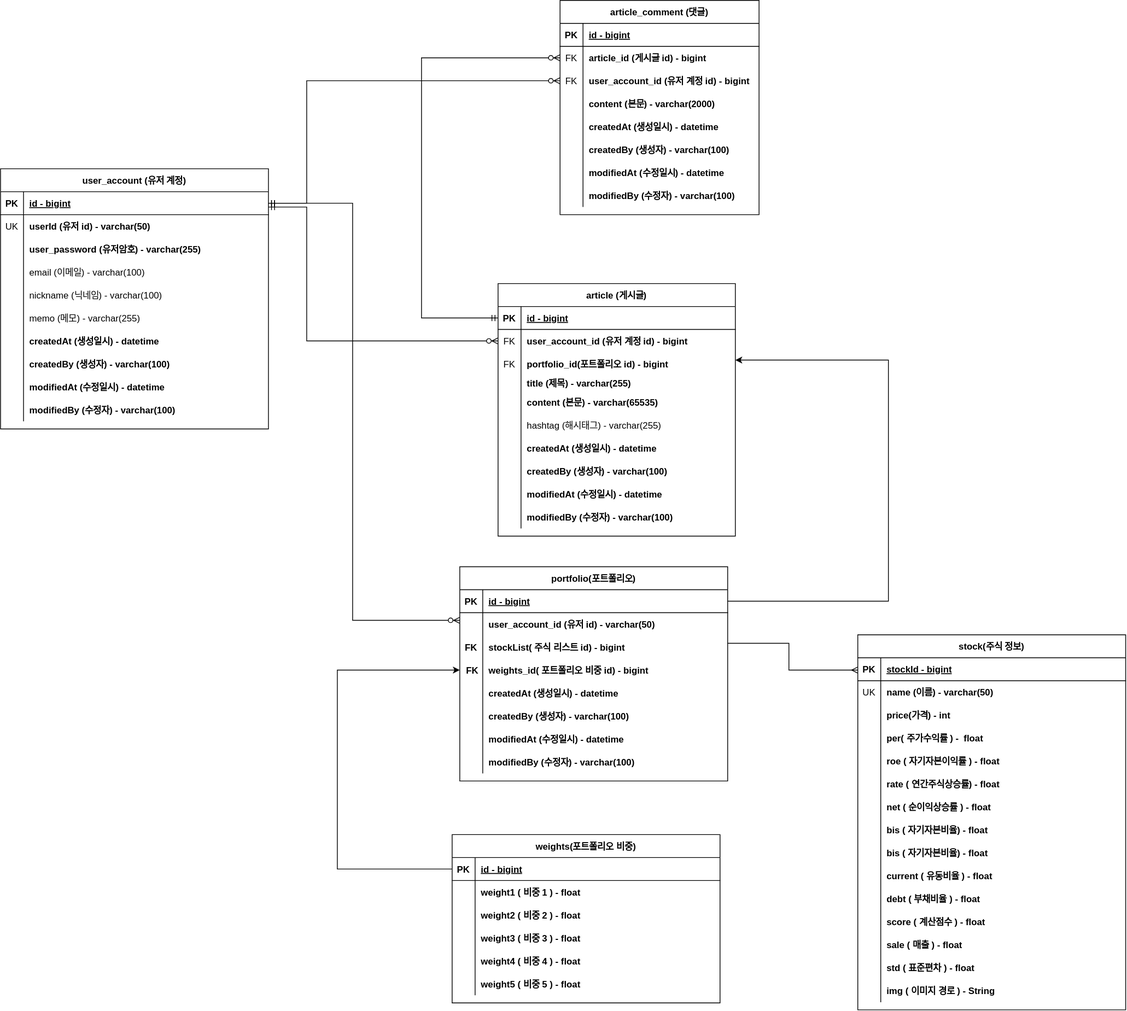
Before: document/jupoza-erd.svg, a diagram exported from draw.io (TeamJupoza/Jupoza). Source tidied: cells renumbered, new cells last; positions are measured from the earlier drawing's top-left corner, leaving out a move shared by most shapes.
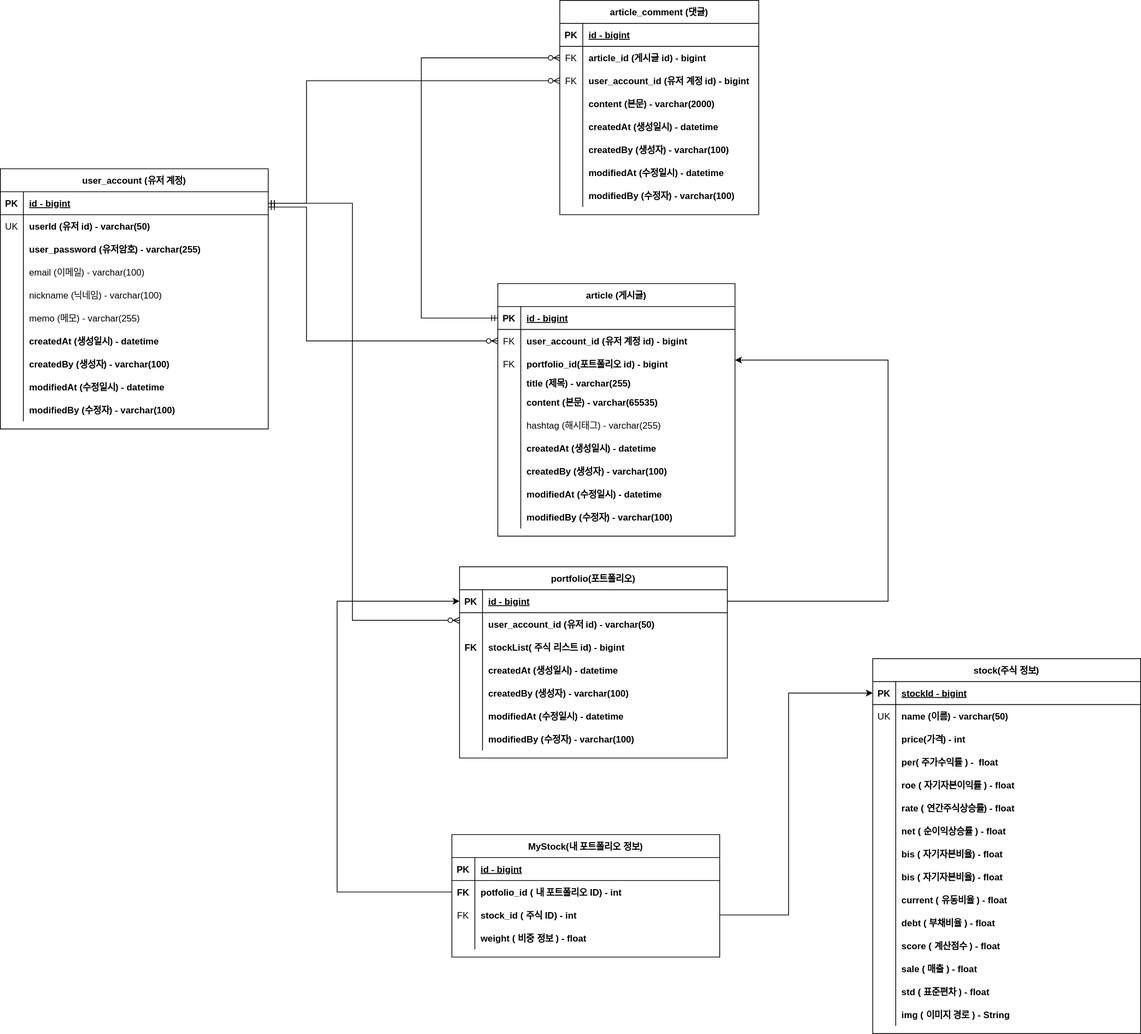
After the commit.

Commit message:
#41 - erd 업데이트

weight 엔티티 삭제 , MyStock 엔티티 추가

관계 재구조화함

Diff of the diagram source:
```diff
@@ -281,7 +281,7 @@
       </mxGeometry>
     </mxCell>
     <mxCell id="91" value="portfolio(포트폴리오)" style="shape=table;startSize=30;rowLines=0;fontStyle=1;align=center;" parent="1" vertex="1">
-      <mxGeometry x="600" y="740" width="350" height="280" as="geometry" />
+      <mxGeometry x="600" y="740" width="350" height="250" as="geometry" />
     </mxCell>
     <mxCell id="92" style="shape=tableRow;horizontal=0;startSize=0;swimlaneHead=0;swimlaneBody=0;fillColor=none;points=[[0,0.5],[1,0.5]];portConstraint=eastwest;top=0;left=0;right=0;bottom=1;" parent="91" vertex="1">
       <mxGeometry y="30" width="350" height="30" as="geometry" />
@@ -310,17 +310,8 @@
     <mxCell id="100" value="stockList( 주식 리스트 id) - bigint" style="shape=partialRectangle;fillColor=none;top=0;left=0;bottom=0;right=0;align=left;spacingLeft=6;overflow=hidden;fontStyle=1;" parent="98" vertex="1">
       <mxGeometry x="30" width="320" height="30" as="geometry" />
     </mxCell>
-    <mxCell id="101" style="shape=tableRow;horizontal=0;startSize=0;swimlaneHead=0;swimlaneBody=0;fillColor=none;points=[[0,0.5],[1,0.5]];portConstraint=eastwest;top=0;left=0;right=0;bottom=0;" parent="91" vertex="1">
-      <mxGeometry y="120" width="350" height="30" as="geometry" />
-    </mxCell>
-    <mxCell id="102" value="  FK " style="shape=partialRectangle;fillColor=none;top=0;left=0;bottom=0;right=0;overflow=hidden;fontStyle=1;" parent="101" vertex="1">
-      <mxGeometry width="30" height="30" as="geometry" />
-    </mxCell>
-    <mxCell id="103" value="weights_id( 포트폴리오 비중 id) - bigint" style="shape=partialRectangle;fillColor=none;top=0;left=0;bottom=0;right=0;align=left;spacingLeft=6;overflow=hidden;fontStyle=1;" parent="101" vertex="1">
-      <mxGeometry x="30" width="320" height="30" as="geometry" />
-    </mxCell>
     <mxCell id="104" style="shape=tableRow;horizontal=0;startSize=0;swimlaneHead=0;swimlaneBody=0;fillColor=none;top=0;left=0;right=0;bottom=0;" parent="91" vertex="1">
-      <mxGeometry y="150" width="350" height="30" as="geometry" />
+      <mxGeometry y="120" width="350" height="30" as="geometry" />
     </mxCell>
     <mxCell id="105" style="shape=partialRectangle;fillColor=none;top=0;left=0;bottom=0;right=0;overflow=hidden;" parent="104" vertex="1">
       <mxGeometry width="30" height="30" as="geometry" />
@@ -329,7 +320,7 @@
       <mxGeometry x="30" width="320" height="30" as="geometry" />
     </mxCell>
     <mxCell id="107" style="shape=tableRow;horizontal=0;startSize=0;swimlaneHead=0;swimlaneBody=0;fillColor=none;top=0;left=0;right=0;bottom=0;" parent="91" vertex="1">
-      <mxGeometry y="180" width="350" height="30" as="geometry" />
+      <mxGeometry y="150" width="350" height="30" as="geometry" />
     </mxCell>
     <mxCell id="108" style="shape=partialRectangle;fillColor=none;top=0;left=0;bottom=0;right=0;overflow=hidden;" parent="107" vertex="1">
       <mxGeometry width="30" height="30" as="geometry" />
@@ -338,7 +329,7 @@
       <mxGeometry x="30" width="320" height="30" as="geometry" />
     </mxCell>
     <mxCell id="110" style="shape=tableRow;horizontal=0;startSize=0;swimlaneHead=0;swimlaneBody=0;fillColor=none;top=0;left=0;right=0;bottom=0;" parent="91" vertex="1">
-      <mxGeometry y="210" width="350" height="30" as="geometry" />
+      <mxGeometry y="180" width="350" height="30" as="geometry" />
     </mxCell>
     <mxCell id="111" style="shape=partialRectangle;fillColor=none;top=0;left=0;bottom=0;right=0;overflow=hidden;" parent="110" vertex="1">
       <mxGeometry width="30" height="30" as="geometry" />
@@ -347,7 +338,7 @@
       <mxGeometry x="30" width="320" height="30" as="geometry" />
     </mxCell>
     <mxCell id="113" style="shape=tableRow;horizontal=0;startSize=0;swimlaneHead=0;swimlaneBody=0;fillColor=none;top=0;left=0;right=0;bottom=0;" parent="91" vertex="1">
-      <mxGeometry y="240" width="350" height="30" as="geometry" />
+      <mxGeometry y="210" width="350" height="30" as="geometry" />
     </mxCell>
     <mxCell id="114" style="shape=partialRectangle;fillColor=none;top=0;left=0;bottom=0;right=0;overflow=hidden;" parent="113" vertex="1">
       <mxGeometry width="30" height="30" as="geometry" />
@@ -374,7 +365,7 @@
       </mxGeometry>
     </mxCell>
     <mxCell id="118" value="stock(주식 정보)" style="shape=table;startSize=30;rowLines=0;fontStyle=1;align=center;" parent="1" vertex="1">
-      <mxGeometry x="1120" y="829" width="350" height="490" as="geometry" />
+      <mxGeometry x="1140" y="860" width="350" height="490" as="geometry" />
     </mxCell>
     <mxCell id="119" style="shape=tableRow;horizontal=0;startSize=0;swimlaneHead=0;swimlaneBody=0;fillColor=none;points=[[0,0.5],[1,0.5]];portConstraint=eastwest;top=0;left=0;right=0;bottom=1;" parent="118" vertex="1">
       <mxGeometry y="30" width="350" height="30" as="geometry" />
@@ -511,15 +502,6 @@
     <mxCell id="163" value="img ( 이미지 경로 ) - String" style="shape=partialRectangle;fillColor=none;top=0;left=0;bottom=0;right=0;align=left;spacingLeft=6;overflow=hidden;fontStyle=1;" parent="161" vertex="1">
       <mxGeometry x="30" width="320" height="30" as="geometry" />
     </mxCell>
-    <mxCell id="164" style="edgeStyle=orthogonalEdgeStyle;rounded=0;jettySize=auto;html=1;strokeColor=default;startArrow=ERmany;startFill=0;endArrow=none;endFill=0;" parent="1" edge="1" source="119">
-      <mxGeometry relative="1" as="geometry">
-        <mxPoint x="950" y="840" as="targetPoint" />
-        <Array as="points">
-          <mxPoint x="1030" y="875" />
-          <mxPoint x="1030" y="840" />
-        </Array>
-      </mxGeometry>
-    </mxCell>
     <mxCell id="165" style="endArrow=classic;html=1;rounded=0;strokeColor=default;exitX=1;exitY=0.5;exitDx=0;exitDy=0;endFill=1;" parent="1" edge="1" source="92">
       <mxGeometry relative="1" as="geometry">
         <mxPoint x="960" y="470" as="targetPoint" />
@@ -530,8 +512,8 @@
         </Array>
       </mxGeometry>
     </mxCell>
-    <mxCell id="166" value="weights(포트폴리오 비중)" style="shape=table;startSize=30;rowLines=0;fontStyle=1;align=center;" parent="1" vertex="1">
-      <mxGeometry x="590" y="1090" width="350" height="220" as="geometry" />
+    <mxCell id="166" value="MyStock(내 포트폴리오 정보)" style="shape=table;startSize=30;rowLines=0;fontStyle=1;align=center;" parent="1" vertex="1">
+      <mxGeometry x="590" y="1090" width="350" height="160" as="geometry" />
     </mxCell>
     <mxCell id="167" style="shape=tableRow;horizontal=0;startSize=0;swimlaneHead=0;swimlaneBody=0;fillColor=none;points=[[0,0.5],[1,0.5]];portConstraint=eastwest;top=0;left=0;right=0;bottom=1;" parent="166" vertex="1">
       <mxGeometry y="30" width="350" height="30" as="geometry" />
@@ -545,19 +527,19 @@
     <mxCell id="170" style="shape=tableRow;horizontal=0;startSize=0;swimlaneHead=0;swimlaneBody=0;fillColor=none;points=[[0,0.5],[1,0.5]];portConstraint=eastwest;top=0;left=0;right=0;bottom=0;" parent="166" vertex="1">
       <mxGeometry y="60" width="350" height="30" as="geometry" />
     </mxCell>
-    <mxCell id="171" style="shape=partialRectangle;fillColor=none;top=0;left=0;bottom=0;right=0;overflow=hidden;fontStyle=1;" parent="170" vertex="1">
+    <mxCell id="171" value="FK" style="shape=partialRectangle;fillColor=none;top=0;left=0;bottom=0;right=0;overflow=hidden;fontStyle=1;" parent="170" vertex="1">
       <mxGeometry width="30" height="30" as="geometry" />
     </mxCell>
-    <mxCell id="172" value="weight1 ( 비중 1 ) - float" style="shape=partialRectangle;fillColor=none;top=0;left=0;bottom=0;right=0;align=left;spacingLeft=6;overflow=hidden;fontStyle=1;" parent="170" vertex="1">
+    <mxCell id="172" value="potfolio_id ( 내 포트폴리오 ID) - int    " style="shape=partialRectangle;fillColor=none;top=0;left=0;bottom=0;right=0;align=left;spacingLeft=6;overflow=hidden;fontStyle=1;" parent="170" vertex="1">
       <mxGeometry x="30" width="320" height="30" as="geometry" />
     </mxCell>
     <mxCell id="173" style="shape=tableRow;horizontal=0;startSize=0;swimlaneHead=0;swimlaneBody=0;fillColor=none;points=[[0,0.5],[1,0.5]];portConstraint=eastwest;top=0;left=0;right=0;bottom=0;" parent="166" vertex="1">
       <mxGeometry y="90" width="350" height="30" as="geometry" />
     </mxCell>
-    <mxCell id="174" style="shape=partialRectangle;fillColor=none;top=0;left=0;bottom=0;right=0;overflow=hidden;" parent="173" vertex="1">
+    <mxCell id="174" value="FK" style="shape=partialRectangle;fillColor=none;top=0;left=0;bottom=0;right=0;overflow=hidden;" parent="173" vertex="1">
       <mxGeometry width="30" height="30" as="geometry" />
     </mxCell>
-    <mxCell id="175" value="weight2 ( 비중 2 ) - float" style="shape=partialRectangle;fillColor=none;top=0;left=0;bottom=0;right=0;align=left;spacingLeft=6;overflow=hidden;fontStyle=1;" parent="173" vertex="1">
+    <mxCell id="175" value="stock_id ( 주식 ID) - int" style="shape=partialRectangle;fillColor=none;top=0;left=0;bottom=0;right=0;align=left;spacingLeft=6;overflow=hidden;fontStyle=1;" parent="173" vertex="1">
       <mxGeometry x="30" width="320" height="30" as="geometry" />
     </mxCell>
     <mxCell id="176" style="shape=tableRow;horizontal=0;startSize=0;swimlaneHead=0;swimlaneBody=0;fillColor=none;top=0;left=0;right=0;bottom=0;" parent="166" vertex="1">
@@ -566,34 +548,25 @@
     <mxCell id="177" style="shape=partialRectangle;fillColor=none;top=0;left=0;bottom=0;right=0;overflow=hidden;" parent="176" vertex="1">
       <mxGeometry width="30" height="30" as="geometry" />
     </mxCell>
-    <mxCell id="178" value="weight3 ( 비중 3 ) - float" style="shape=partialRectangle;fillColor=none;top=0;left=0;bottom=0;right=0;align=left;spacingLeft=6;overflow=hidden;fontStyle=1;" parent="176" vertex="1">
+    <mxCell id="178" value="weight ( 비중 정보 ) - float" style="shape=partialRectangle;fillColor=none;top=0;left=0;bottom=0;right=0;align=left;spacingLeft=6;overflow=hidden;fontStyle=1;" parent="176" vertex="1">
       <mxGeometry x="30" width="320" height="30" as="geometry" />
     </mxCell>
-    <mxCell id="179" style="shape=tableRow;horizontal=0;startSize=0;swimlaneHead=0;swimlaneBody=0;fillColor=none;top=0;left=0;right=0;bottom=0;" parent="166" vertex="1">
-      <mxGeometry y="150" width="350" height="30" as="geometry" />
-    </mxCell>
-    <mxCell id="180" style="shape=partialRectangle;fillColor=none;top=0;left=0;bottom=0;right=0;overflow=hidden;" parent="179" vertex="1">
-      <mxGeometry width="30" height="30" as="geometry" />
-    </mxCell>
-    <mxCell id="181" value="weight4 ( 비중 4 ) - float" style="shape=partialRectangle;fillColor=none;top=0;left=0;bottom=0;right=0;align=left;spacingLeft=6;overflow=hidden;fontStyle=1;" parent="179" vertex="1">
-      <mxGeometry x="30" width="320" height="30" as="geometry" />
-    </mxCell>
-    <mxCell id="182" style="shape=tableRow;horizontal=0;startSize=0;swimlaneHead=0;swimlaneBody=0;fillColor=none;top=0;left=0;right=0;bottom=0;" parent="166" vertex="1">
-      <mxGeometry y="180" width="350" height="30" as="geometry" />
-    </mxCell>
-    <mxCell id="183" style="shape=partialRectangle;fillColor=none;top=0;left=0;bottom=0;right=0;overflow=hidden;" parent="182" vertex="1">
-      <mxGeometry width="30" height="30" as="geometry" />
-    </mxCell>
-    <mxCell id="184" value="weight5 ( 비중 5 ) - float" style="shape=partialRectangle;fillColor=none;top=0;left=0;bottom=0;right=0;align=left;spacingLeft=6;overflow=hidden;fontStyle=1;" parent="182" vertex="1">
-      <mxGeometry x="30" width="320" height="30" as="geometry" />
-    </mxCell>
-    <mxCell id="185" style="endArrow=classic;startArrow=none;html=1;rounded=0;strokeColor=default;exitX=0;exitY=0.5;exitDx=0;exitDy=0;entryX=0;entryY=0.5;entryDx=0;entryDy=0;startFill=0;" parent="1" edge="1" source="167" target="101">
+    <mxCell id="185" style="endArrow=classic;startArrow=none;html=1;rounded=0;strokeColor=default;exitX=0;exitY=0.5;exitDx=0;exitDy=0;entryX=0;entryY=0.5;entryDx=0;entryDy=0;startFill=0;" parent="1" edge="1" source="170" target="92">
       <mxGeometry relative="1" as="geometry">
         <Array as="points">
-          <mxPoint x="440" y="1135" />
-          <mxPoint x="440" y="875" />
+          <mxPoint x="440" y="1165" />
+          <mxPoint x="440" y="1000" />
+          <mxPoint x="440" y="785" />
         </Array>
       </mxGeometry>
     </mxCell>
+    <mxCell id="186" style="edgeStyle=orthogonalEdgeStyle;rounded=0;jettySize=auto;html=1;entryX=0;entryY=0.5;entryDx=0;entryDy=0;" parent="1" edge="1" source="173" target="119">
+      <mxGeometry relative="1" as="geometry">
+        <Array as="points">
+          <mxPoint x="1030" y="1195" />
+          <mxPoint x="1030" y="905" />
+        </Array>
+      </mxGeometry>
+    </mxCell>
   </root>
 </mxGraphModel>
```
